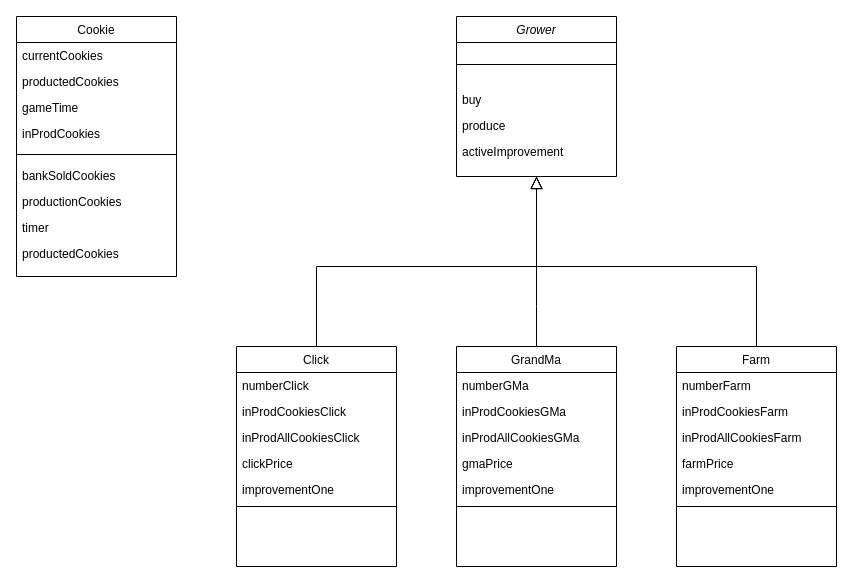
Earlier version of the draw.io diagram diagram_class.drawio (ElainePentium/JS-cookie-clicker). Source tidied: cells renumbered, new cells numbered last; positions are measured from the earlier drawing's top-left corner, leaving out a move shared by most shapes. Both pictures are drawn from the tidied source at 100%, with x=0, y=0 at pixel (16, 16).
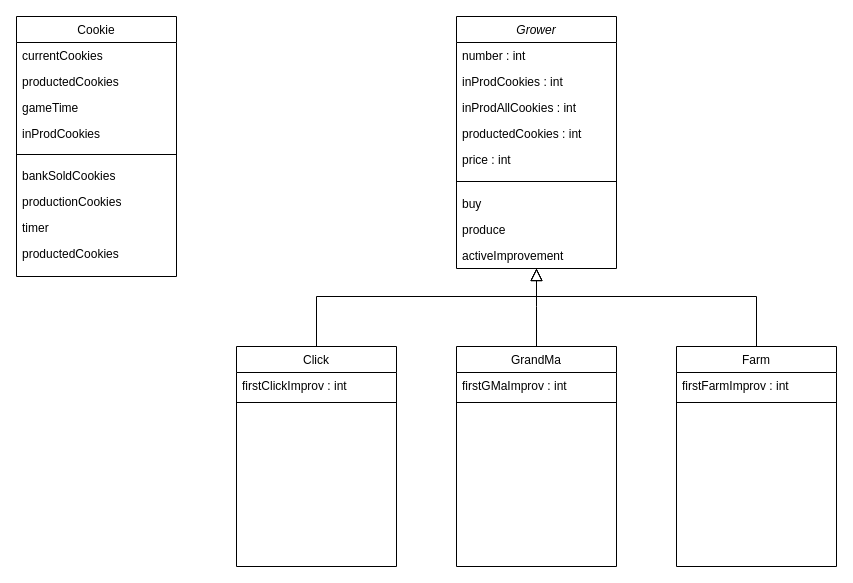
The same diagram, later.

Commit message (it also covers changes not shown here):
modified diagram_class and created grower.js and class grower

The change refers to these unchanged cells:
```xml
<mxCell id="12" value="Click" style="swimlane;fontStyle=0;align=center;verticalAlign=top;horizontal=1;startSize=26;rounded=0;shadow=0;strokeWidth=1;" parent="1" vertex="1">
  <mxGeometry x="220" y="330" width="160" height="220" as="geometry" />
</mxCell>
<mxCell id="20" value="GrandMa" style="swimlane;fontStyle=0;align=center;verticalAlign=top;horizontal=1;startSize=26;rounded=0;shadow=0;strokeWidth=1;" parent="1" vertex="1">
  <mxGeometry x="440" y="330" width="160" height="220" as="geometry" />
</mxCell>
<mxCell id="34" value="Farm" style="swimlane;fontStyle=0;align=center;verticalAlign=top;horizontal=1;startSize=26;rounded=0;shadow=0;strokeWidth=1;" parent="1" vertex="1">
  <mxGeometry x="660" y="330" width="160" height="220" as="geometry" />
</mxCell>
```

Change to the diagram source:
```diff
@@
-    <mxCell id="13" value="numberClick" style="text;align=left;verticalAlign=top;spacingLeft=4;spacingRight=4;overflow=hidden;" parent="12" vertex="1">
-      <mxGeometry y="26" width="160" height="26" as="geometry" />
-    </mxCell>
-    <mxCell id="14" value="inProdCookiesClick" style="text;align=left;verticalAlign=top;spacingLeft=4;spacingRight=4;overflow=hidden;rounded=0;shadow=0;html=0;" parent="12" vertex="1">
-      <mxGeometry y="52" width="160" height="26" as="geometry" />
-    </mxCell>
-    <mxCell id="15" value="inProdAllCookiesClick" style="text;align=left;verticalAlign=top;spacingLeft=4;spacingRight=4;overflow=hidden;rounded=0;shadow=0;html=0;" parent="12" vertex="1">
-      <mxGeometry y="78" width="160" height="26" as="geometry" />
-    </mxCell>
-    <mxCell id="16" value="clickPrice" style="text;align=left;verticalAlign=top;spacingLeft=4;spacingRight=4;overflow=hidden;rounded=0;shadow=0;html=0;" parent="12" vertex="1">
-      <mxGeometry y="104" width="160" height="26" as="geometry" />
-    </mxCell>
-    <mxCell id="17" value="improvementOne" style="text;align=left;verticalAlign=top;spacingLeft=4;spacingRight=4;overflow=hidden;rounded=0;shadow=0;html=0;" parent="12" vertex="1">
-      <mxGeometry y="130" width="160" height="26" as="geometry" />
+    <mxCell id="17" value="firstClickImprov : int" style="text;align=left;verticalAlign=top;spacingLeft=4;spacingRight=4;overflow=hidden;rounded=0;shadow=0;html=0;" parent="12" vertex="1">
+      <mxGeometry y="26" width="160" height="26" as="geometry" />
     </mxCell>
     <mxCell id="18" style="line;html=1;strokeWidth=1;align=left;verticalAlign=middle;spacingTop=-1;spacingLeft=3;spacingRight=3;labelPosition=right;" parent="12" vertex="1">
-      <mxGeometry y="156" width="160" height="8" as="geometry" />
+      <mxGeometry y="52" width="160" height="8" as="geometry" />
     </mxCell>
     <mxCell id="19" style="endArrow=block;endSize=10;endFill=0;shadow=0;strokeWidth=1;rounded=0;edgeStyle=elbowEdgeStyle;elbow=vertical;entryX=0.5;entryY=1;entryDx=0;entryDy=0;exitX=0.5;exitY=0;exitDx=0;exitDy=0;" parent="1" edge="1" source="12" target="28">
       <mxGeometry relative="1" as="geometry">
         <Array as="points">
+          <mxPoint x="400" y="280" />
           <mxPoint x="440" y="250" />
         </Array>
       </mxGeometry>
     </mxCell>
@@
-    <mxCell id="21" value="numberGMa" style="text;align=left;verticalAlign=top;spacingLeft=4;spacingRight=4;overflow=hidden;" parent="20" vertex="1">
-      <mxGeometry y="26" width="160" height="26" as="geometry" />
-    </mxCell>
-    <mxCell id="22" value="inProdCookiesGMa" style="text;align=left;verticalAlign=top;spacingLeft=4;spacingRight=4;overflow=hidden;rounded=0;shadow=0;html=0;" parent="20" vertex="1">
-      <mxGeometry y="52" width="160" height="26" as="geometry" />
-    </mxCell>
-    <mxCell id="23" value="inProdAllCookiesGMa" style="text;align=left;verticalAlign=top;spacingLeft=4;spacingRight=4;overflow=hidden;rounded=0;shadow=0;html=0;" parent="20" vertex="1">
-      <mxGeometry y="78" width="160" height="26" as="geometry" />
-    </mxCell>
-    <mxCell id="24" value="gmaPrice" style="text;align=left;verticalAlign=top;spacingLeft=4;spacingRight=4;overflow=hidden;rounded=0;shadow=0;html=0;" parent="20" vertex="1">
-      <mxGeometry y="104" width="160" height="26" as="geometry" />
-    </mxCell>
-    <mxCell id="25" value="improvementOne" style="text;align=left;verticalAlign=top;spacingLeft=4;spacingRight=4;overflow=hidden;rounded=0;shadow=0;html=0;" parent="20" vertex="1">
-      <mxGeometry y="130" width="160" height="26" as="geometry" />
-    </mxCell>
+    <mxCell id="41" value="firstGMaImprov : int" style="text;align=left;verticalAlign=top;spacingLeft=4;spacingRight=4;overflow=hidden;rounded=0;shadow=0;html=0;" parent="20" vertex="1">
+      <mxGeometry y="26" width="160" height="26" as="geometry" />
+    </mxCell>
     <mxCell id="26" style="line;html=1;strokeWidth=1;align=left;verticalAlign=middle;spacingTop=-1;spacingLeft=3;spacingRight=3;labelPosition=right;" parent="20" vertex="1">
-      <mxGeometry y="156" width="160" height="8" as="geometry" />
+      <mxGeometry y="52" width="160" height="8" as="geometry" />
     </mxCell>
@@
     <mxCell id="28" value="Grower" style="swimlane;fontStyle=2;align=center;verticalAlign=top;horizontal=1;startSize=26;rounded=0;shadow=0;strokeWidth=1;" parent="1" vertex="1">
-      <mxGeometry x="440" width="160" height="160" as="geometry" />
+      <mxGeometry x="440" width="160" height="252" as="geometry" />
     </mxCell>
+    <mxCell id="42" value="number : int" style="text;align=left;verticalAlign=top;spacingLeft=4;spacingRight=4;overflow=hidden;" parent="28" vertex="1">
+      <mxGeometry y="26" width="160" height="26" as="geometry" />
+    </mxCell>
+    <mxCell id="43" value="inProdCookies : int" style="text;align=left;verticalAlign=top;spacingLeft=4;spacingRight=4;overflow=hidden;rounded=0;shadow=0;html=0;" parent="28" vertex="1">
+      <mxGeometry y="52" width="160" height="26" as="geometry" />
+    </mxCell>
+    <mxCell id="15" value="inProdAllCookies : int" style="text;align=left;verticalAlign=top;spacingLeft=4;spacingRight=4;overflow=hidden;rounded=0;shadow=0;html=0;" parent="28" vertex="1">
+      <mxGeometry y="78" width="160" height="26" as="geometry" />
+    </mxCell>
+    <mxCell id="44" value="productedCookies : int" style="text;align=left;verticalAlign=top;spacingLeft=4;spacingRight=4;overflow=hidden;rounded=0;shadow=0;html=0;" parent="28" vertex="1">
+      <mxGeometry y="104" width="160" height="26" as="geometry" />
+    </mxCell>
+    <mxCell id="16" value="price : int" style="text;align=left;verticalAlign=top;spacingLeft=4;spacingRight=4;overflow=hidden;rounded=0;shadow=0;html=0;" parent="28" vertex="1">
+      <mxGeometry y="130" width="160" height="26" as="geometry" />
+    </mxCell>
     <mxCell id="29" style="line;html=1;strokeWidth=1;align=left;verticalAlign=middle;spacingTop=-1;spacingLeft=3;spacingRight=3;labelPosition=right;" parent="28" vertex="1">
-      <mxGeometry y="26" width="160" height="44" as="geometry" />
+      <mxGeometry y="156" width="160" height="18" as="geometry" />
     </mxCell>
     <mxCell id="30" value="buy" style="text;align=left;verticalAlign=top;spacingLeft=4;spacingRight=4;overflow=hidden;" parent="28" vertex="1">
-      <mxGeometry y="70" width="160" height="26" as="geometry" />
+      <mxGeometry y="174" width="160" height="26" as="geometry" />
     </mxCell>
     <mxCell id="31" value="produce" style="text;align=left;verticalAlign=top;spacingLeft=4;spacingRight=4;overflow=hidden;" parent="28" vertex="1">
-      <mxGeometry y="96" width="160" height="26" as="geometry" />
+      <mxGeometry y="200" width="160" height="26" as="geometry" />
     </mxCell>
     <mxCell id="32" value="activeImprovement" style="text;align=left;verticalAlign=top;spacingLeft=4;spacingRight=4;overflow=hidden;" parent="28" vertex="1">
-      <mxGeometry y="122" width="160" height="26" as="geometry" />
+      <mxGeometry y="226" width="160" height="26" as="geometry" />
     </mxCell>
     <mxCell id="33" style="edgeStyle=elbowEdgeStyle;rounded=0;jettySize=auto;html=1;exitX=0.5;exitY=0;exitDx=0;exitDy=0;entryX=0.5;entryY=1;entryDx=0;entryDy=0;endArrow=block;endFill=0;elbow=vertical;endSize=10;" parent="1" edge="1" source="34" target="28">
       <mxGeometry relative="1" as="geometry">
         <Array as="points">
+          <mxPoint x="670" y="280" />
           <mxPoint x="630" y="250" />
         </Array>
       </mxGeometry>
     </mxCell>
@@
-    <mxCell id="35" value="numberFarm" style="text;align=left;verticalAlign=top;spacingLeft=4;spacingRight=4;overflow=hidden;" parent="34" vertex="1">
-      <mxGeometry y="26" width="160" height="26" as="geometry" />
-    </mxCell>
-    <mxCell id="36" value="inProdCookiesFarm" style="text;align=left;verticalAlign=top;spacingLeft=4;spacingRight=4;overflow=hidden;rounded=0;shadow=0;html=0;" parent="34" vertex="1">
-      <mxGeometry y="52" width="160" height="26" as="geometry" />
-    </mxCell>
-    <mxCell id="37" value="inProdAllCookiesFarm" style="text;align=left;verticalAlign=top;spacingLeft=4;spacingRight=4;overflow=hidden;rounded=0;shadow=0;html=0;" parent="34" vertex="1">
-      <mxGeometry y="78" width="160" height="26" as="geometry" />
-    </mxCell>
-    <mxCell id="38" value="farmPrice" style="text;align=left;verticalAlign=top;spacingLeft=4;spacingRight=4;overflow=hidden;rounded=0;shadow=0;html=0;" parent="34" vertex="1">
-      <mxGeometry y="104" width="160" height="26" as="geometry" />
-    </mxCell>
-    <mxCell id="39" value="improvementOne" style="text;align=left;verticalAlign=top;spacingLeft=4;spacingRight=4;overflow=hidden;rounded=0;shadow=0;html=0;" parent="34" vertex="1">
-      <mxGeometry y="130" width="160" height="26" as="geometry" />
-    </mxCell>
+    <mxCell id="45" value="firstFarmImprov : int" style="text;align=left;verticalAlign=top;spacingLeft=4;spacingRight=4;overflow=hidden;rounded=0;shadow=0;html=0;" parent="34" vertex="1">
+      <mxGeometry y="26" width="160" height="26" as="geometry" />
+    </mxCell>
     <mxCell id="40" style="line;html=1;strokeWidth=1;align=left;verticalAlign=middle;spacingTop=-1;spacingLeft=3;spacingRight=3;labelPosition=right;" parent="34" vertex="1">
-      <mxGeometry y="156" width="160" height="8" as="geometry" />
+      <mxGeometry y="52" width="160" height="8" as="geometry" />
     </mxCell>
```
